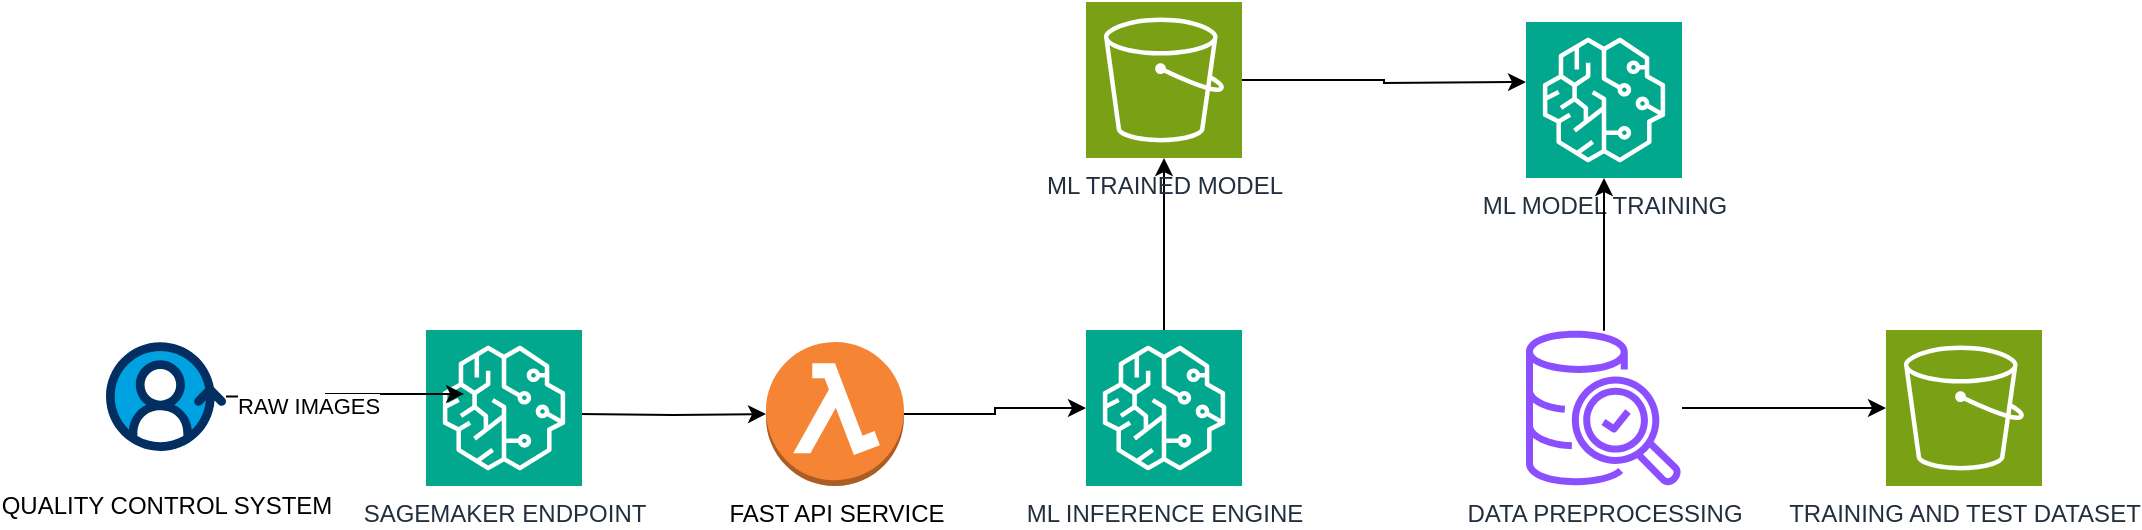
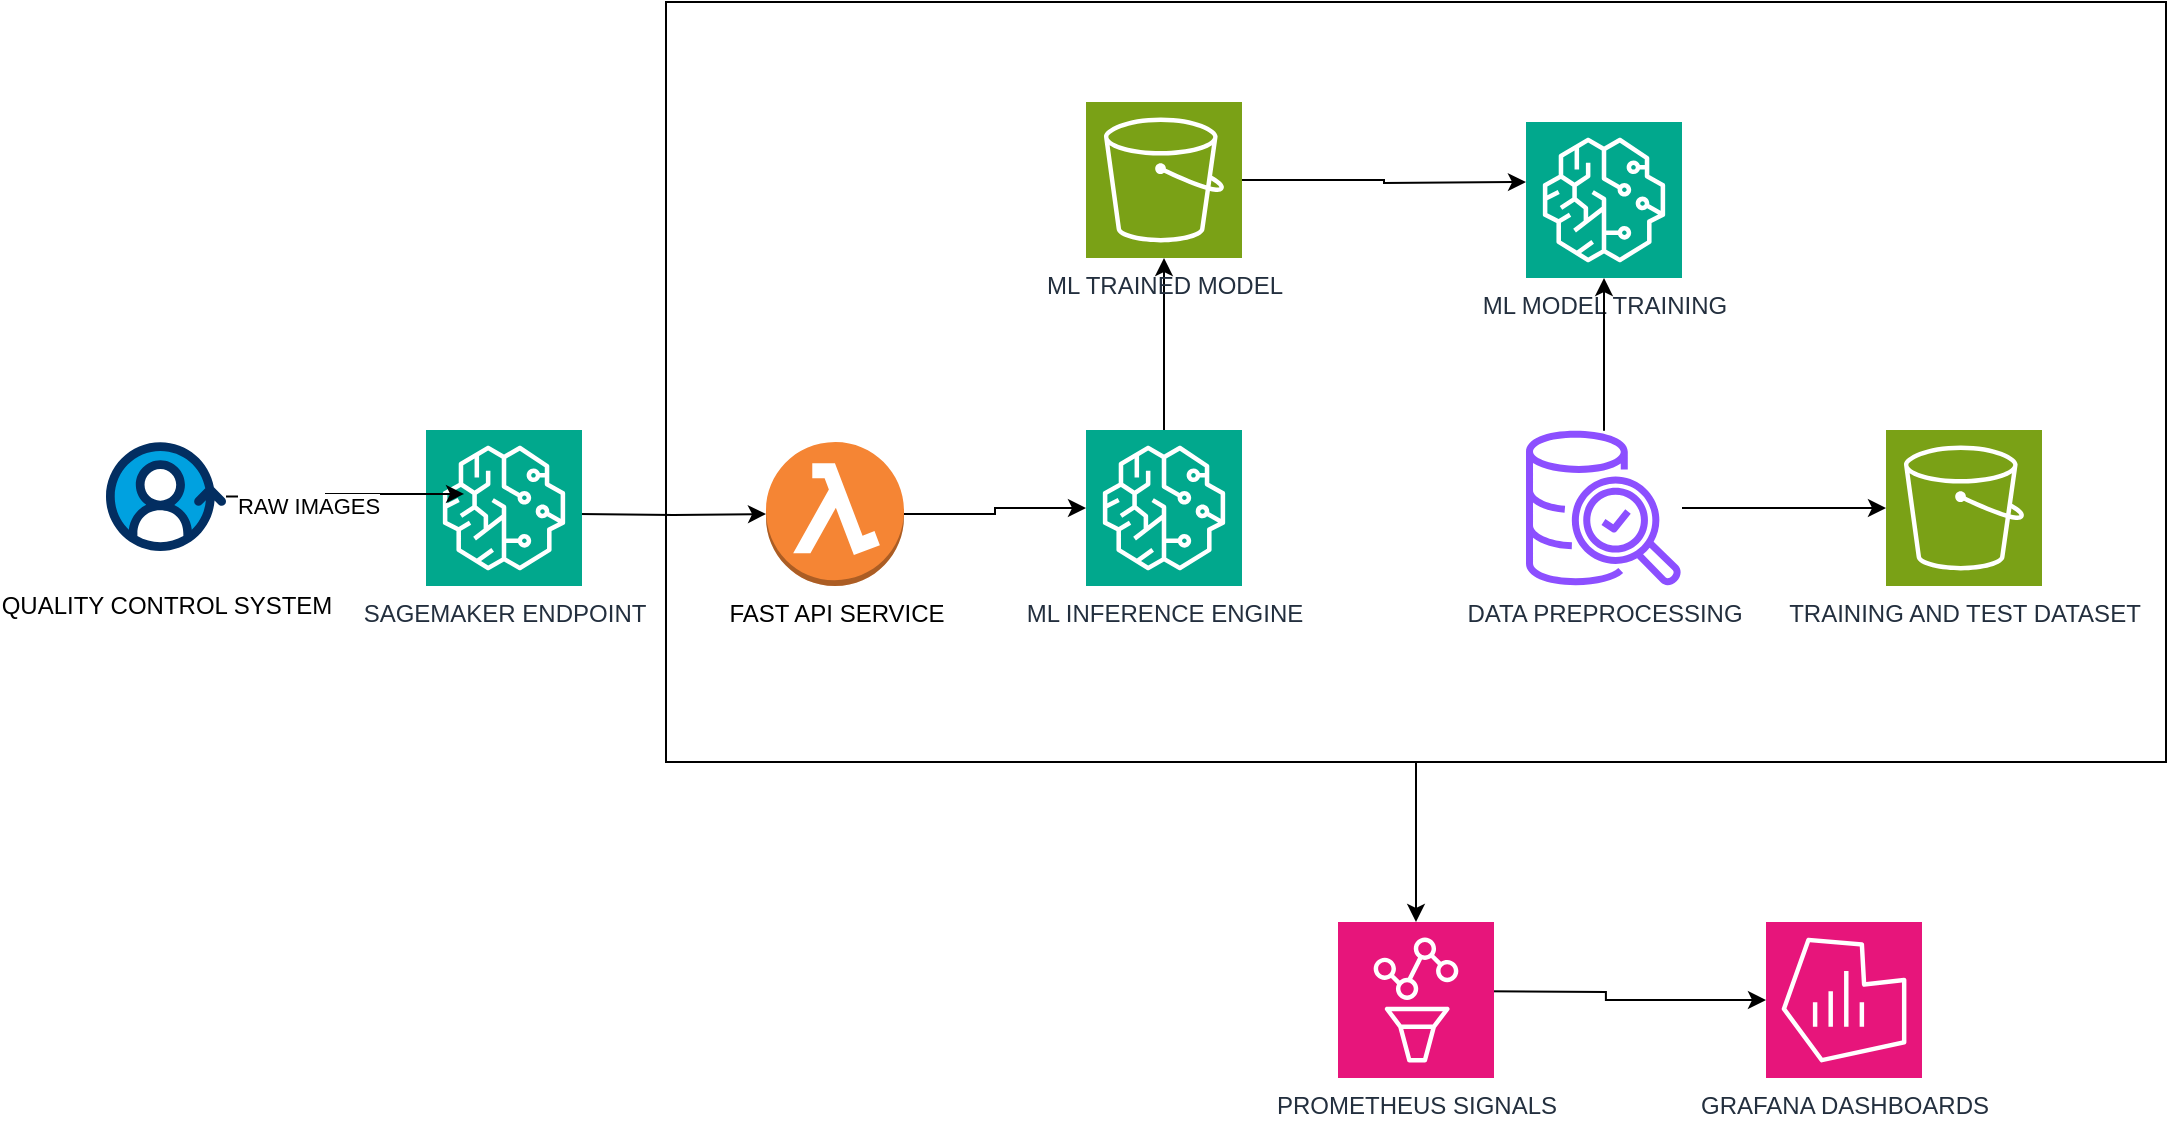
<mxfile host="app.diagrams.net">
  <diagram name="Page-1" id="hEYgBLBoZn8GvoCW3pwb">
    <mxGraphModel dx="2031" dy="761" grid="1" gridSize="10" guides="1" tooltips="1" connect="1" arrows="1" fold="1" page="1" pageScale="1" pageWidth="827" pageHeight="1169" math="0" shadow="0">
      <root>
        <mxCell id="0" />
        <mxCell id="1" parent="0" />
        <mxCell id="qdIRdacZ9aRxpwBwOakk-1" parent="1" style="outlineConnect=0;dashed=0;verticalLabelPosition=bottom;verticalAlign=top;align=center;html=1;shape=mxgraph.aws3.lambda_function;fillColor=#F58534;gradientColor=none;" value="FAST API SERVICE" vertex="1">
          <mxGeometry height="72" width="69" x="380" y="360" as="geometry" />
        </mxCell>
        <mxCell id="Btv_CyVeGUCVNPXlEjLH-2" edge="1" parent="1" style="edgeStyle=orthogonalEdgeStyle;rounded=0;orthogonalLoop=1;jettySize=auto;html=1;" target="qdIRdacZ9aRxpwBwOakk-1">
          <mxGeometry relative="1" as="geometry">
            <mxPoint x="286.5" y="396" as="sourcePoint" />
          </mxGeometry>
        </mxCell>
        <mxCell id="Btv_CyVeGUCVNPXlEjLH-3" parent="1" style="sketch=0;points=[[0,0,0],[0.25,0,0],[0.5,0,0],[0.75,0,0],[1,0,0],[0,1,0],[0.25,1,0],[0.5,1,0],[0.75,1,0],[1,1,0],[0,0.25,0],[0,0.5,0],[0,0.75,0],[1,0.25,0],[1,0.5,0],[1,0.75,0]];outlineConnect=0;fontColor=#232F3E;fillColor=#01A88D;strokeColor=#ffffff;dashed=0;verticalLabelPosition=bottom;verticalAlign=top;align=center;html=1;fontSize=12;fontStyle=0;aspect=fixed;shape=mxgraph.aws4.resourceIcon;resIcon=mxgraph.aws4.sagemaker;" value="SAGEMAKER ENDPOINT" vertex="1">
          <mxGeometry height="78" width="78" x="210" y="354" as="geometry" />
        </mxCell>
        <mxCell id="Btv_CyVeGUCVNPXlEjLH-6" edge="1" parent="1" source="Btv_CyVeGUCVNPXlEjLH-4" style="edgeStyle=orthogonalEdgeStyle;rounded=0;orthogonalLoop=1;jettySize=auto;html=1;" target="Btv_CyVeGUCVNPXlEjLH-5">
          <mxGeometry relative="1" as="geometry" />
        </mxCell>
        <mxCell id="Btv_CyVeGUCVNPXlEjLH-4" parent="1" style="sketch=0;points=[[0,0,0],[0.25,0,0],[0.5,0,0],[0.75,0,0],[1,0,0],[0,1,0],[0.25,1,0],[0.5,1,0],[0.75,1,0],[1,1,0],[0,0.25,0],[0,0.5,0],[0,0.75,0],[1,0.25,0],[1,0.5,0],[1,0.75,0]];outlineConnect=0;fontColor=#232F3E;fillColor=#01A88D;strokeColor=#ffffff;dashed=0;verticalLabelPosition=bottom;verticalAlign=top;align=center;html=1;fontSize=12;fontStyle=0;aspect=fixed;shape=mxgraph.aws4.resourceIcon;resIcon=mxgraph.aws4.sagemaker;" value="ML INFERENCE ENGINE" vertex="1">
          <mxGeometry height="78" width="78" x="540" y="354" as="geometry" />
        </mxCell>
        <mxCell id="Btv_CyVeGUCVNPXlEjLH-5" parent="1" style="sketch=0;points=[[0,0,0],[0.25,0,0],[0.5,0,0],[0.75,0,0],[1,0,0],[0,1,0],[0.25,1,0],[0.5,1,0],[0.75,1,0],[1,1,0],[0,0.25,0],[0,0.5,0],[0,0.75,0],[1,0.25,0],[1,0.5,0],[1,0.75,0]];outlineConnect=0;fontColor=#232F3E;fillColor=#7AA116;strokeColor=#ffffff;dashed=0;verticalLabelPosition=bottom;verticalAlign=top;align=center;html=1;fontSize=12;fontStyle=0;aspect=fixed;shape=mxgraph.aws4.resourceIcon;resIcon=mxgraph.aws4.s3;" value="ML TRAINED MODEL" vertex="1">
          <mxGeometry height="78" width="78" x="540" y="190" as="geometry" />
        </mxCell>
        <mxCell id="Btv_CyVeGUCVNPXlEjLH-7" edge="1" parent="1" source="qdIRdacZ9aRxpwBwOakk-1" style="edgeStyle=orthogonalEdgeStyle;rounded=0;orthogonalLoop=1;jettySize=auto;html=1;entryX=0;entryY=0.5;entryDx=0;entryDy=0;entryPerimeter=0;" target="Btv_CyVeGUCVNPXlEjLH-4">
          <mxGeometry relative="1" as="geometry" />
        </mxCell>
        <mxCell id="Btv_CyVeGUCVNPXlEjLH-8" parent="1" style="sketch=0;points=[[0,0,0],[0.25,0,0],[0.5,0,0],[0.75,0,0],[1,0,0],[0,1,0],[0.25,1,0],[0.5,1,0],[0.75,1,0],[1,1,0],[0,0.25,0],[0,0.5,0],[0,0.75,0],[1,0.25,0],[1,0.5,0],[1,0.75,0]];outlineConnect=0;fontColor=#232F3E;fillColor=#01A88D;strokeColor=#ffffff;dashed=0;verticalLabelPosition=bottom;verticalAlign=top;align=center;html=1;fontSize=12;fontStyle=0;aspect=fixed;shape=mxgraph.aws4.resourceIcon;resIcon=mxgraph.aws4.sagemaker;" value="ML MODEL TRAINING" vertex="1">
          <mxGeometry height="78" width="78" x="760" y="200" as="geometry" />
        </mxCell>
        <mxCell id="Btv_CyVeGUCVNPXlEjLH-9" edge="1" parent="1" source="Btv_CyVeGUCVNPXlEjLH-5" style="edgeStyle=orthogonalEdgeStyle;rounded=0;orthogonalLoop=1;jettySize=auto;html=1;">
          <mxGeometry relative="1" as="geometry">
            <mxPoint x="760" y="230" as="targetPoint" />
          </mxGeometry>
        </mxCell>
        <mxCell id="Btv_CyVeGUCVNPXlEjLH-16" edge="1" parent="1" source="Btv_CyVeGUCVNPXlEjLH-10" style="edgeStyle=orthogonalEdgeStyle;rounded=0;orthogonalLoop=1;jettySize=auto;html=1;" target="Btv_CyVeGUCVNPXlEjLH-15">
          <mxGeometry relative="1" as="geometry" />
        </mxCell>
        <mxCell id="Btv_CyVeGUCVNPXlEjLH-10" parent="1" style="sketch=0;outlineConnect=0;fontColor=#232F3E;gradientColor=none;fillColor=#8C4FFF;strokeColor=none;dashed=0;verticalLabelPosition=bottom;verticalAlign=top;align=center;html=1;fontSize=12;fontStyle=0;aspect=fixed;pointerEvents=1;shape=mxgraph.aws4.aws_glue_data_quality;" value="DATA PREPROCESSING" vertex="1">
          <mxGeometry height="78" width="78" x="760" y="354" as="geometry" />
        </mxCell>
        <mxCell id="Btv_CyVeGUCVNPXlEjLH-11" edge="1" parent="1" source="Btv_CyVeGUCVNPXlEjLH-10" style="edgeStyle=orthogonalEdgeStyle;rounded=0;orthogonalLoop=1;jettySize=auto;html=1;entryX=0.5;entryY=1;entryDx=0;entryDy=0;entryPerimeter=0;" target="Btv_CyVeGUCVNPXlEjLH-8">
          <mxGeometry relative="1" as="geometry" />
        </mxCell>
        <mxCell id="Btv_CyVeGUCVNPXlEjLH-12" parent="1" style="verticalLabelPosition=bottom;aspect=fixed;html=1;shape=mxgraph.salesforce.customer_360;fillColor=none;strokeColor=none;" value="QUALITY CONTROL SYSTEM" vertex="1">
          <mxGeometry height="54.6" width="60" x="50" y="360" as="geometry" />
        </mxCell>
        <mxCell id="Btv_CyVeGUCVNPXlEjLH-13" edge="1" parent="1" source="Btv_CyVeGUCVNPXlEjLH-12" style="edgeStyle=orthogonalEdgeStyle;rounded=0;orthogonalLoop=1;jettySize=auto;html=1;entryX=0.244;entryY=0.41;entryDx=0;entryDy=0;entryPerimeter=0;" target="Btv_CyVeGUCVNPXlEjLH-3">
          <mxGeometry relative="1" as="geometry" />
        </mxCell>
        <mxCell id="Btv_CyVeGUCVNPXlEjLH-14" connectable="0" parent="Btv_CyVeGUCVNPXlEjLH-13" style="edgeLabel;html=1;align=center;verticalAlign=middle;resizable=0;points=[];" value="RAW IMAGES" vertex="1">
          <mxGeometry relative="1" x="-0.3186" y="-4" as="geometry">
            <mxPoint as="offset" />
          </mxGeometry>
        </mxCell>
        <mxCell id="Btv_CyVeGUCVNPXlEjLH-15" parent="1" style="sketch=0;points=[[0,0,0],[0.25,0,0],[0.5,0,0],[0.75,0,0],[1,0,0],[0,1,0],[0.25,1,0],[0.5,1,0],[0.75,1,0],[1,1,0],[0,0.25,0],[0,0.5,0],[0,0.75,0],[1,0.25,0],[1,0.5,0],[1,0.75,0]];outlineConnect=0;fontColor=#232F3E;fillColor=#7AA116;strokeColor=#ffffff;dashed=0;verticalLabelPosition=bottom;verticalAlign=top;align=center;html=1;fontSize=12;fontStyle=0;aspect=fixed;shape=mxgraph.aws4.resourceIcon;resIcon=mxgraph.aws4.s3;" value="TRAINING AND TEST DATASET" vertex="1">
          <mxGeometry height="78" width="78" x="940" y="354" as="geometry" />
        </mxCell>
+         <mxCell id="Btv_CyVeGUCVNPXlEjLH-19" parent="1" style="rounded=0;whiteSpace=wrap;html=1;fillColor=none;" value="" vertex="1">
+           <mxGeometry height="380" width="750" x="330" y="140" as="geometry" />
+         </mxCell>
+         <mxCell id="Btv_CyVeGUCVNPXlEjLH-21" parent="1" style="sketch=0;points=[[0,0,0],[0.25,0,0],[0.5,0,0],[0.75,0,0],[1,0,0],[0,1,0],[0.25,1,0],[0.5,1,0],[0.75,1,0],[1,1,0],[0,0.25,0],[0,0.5,0],[0,0.75,0],[1,0.25,0],[1,0.5,0],[1,0.75,0]];points=[[0,0,0],[0.25,0,0],[0.5,0,0],[0.75,0,0],[1,0,0],[0,1,0],[0.25,1,0],[0.5,1,0],[0.75,1,0],[1,1,0],[0,0.25,0],[0,0.5,0],[0,0.75,0],[1,0.25,0],[1,0.5,0],[1,0.75,0]];outlineConnect=0;fontColor=#232F3E;fillColor=#E7157B;strokeColor=#ffffff;dashed=0;verticalLabelPosition=bottom;verticalAlign=top;align=center;html=1;fontSize=12;fontStyle=0;aspect=fixed;shape=mxgraph.aws4.resourceIcon;resIcon=mxgraph.aws4.managed_service_for_grafana;" value="GRAFANA DASHBOARDS" vertex="1">
+           <mxGeometry height="78" width="78" x="880" y="600" as="geometry" />
+         </mxCell>
+         <mxCell id="Btv_CyVeGUCVNPXlEjLH-24" edge="1" parent="1" style="edgeStyle=orthogonalEdgeStyle;rounded=0;orthogonalLoop=1;jettySize=auto;html=1;" target="Btv_CyVeGUCVNPXlEjLH-21">
+           <mxGeometry relative="1" as="geometry">
+             <mxPoint x="718.9000000000001" y="634.5" as="sourcePoint" />
+           </mxGeometry>
+         </mxCell>
+         <mxCell id="Btv_CyVeGUCVNPXlEjLH-23" edge="1" parent="1" source="Btv_CyVeGUCVNPXlEjLH-19" style="edgeStyle=orthogonalEdgeStyle;rounded=0;orthogonalLoop=1;jettySize=auto;html=1;entryX=0.5;entryY=0;entryDx=0;entryDy=0;entryPerimeter=0;" target="Btv_CyVeGUCVNPXlEjLH-25">
+           <mxGeometry relative="1" as="geometry">
+             <mxPoint x="704.9634999999998" y="621.9804999999999" as="targetPoint" />
+           </mxGeometry>
+         </mxCell>
+         <mxCell id="Btv_CyVeGUCVNPXlEjLH-25" parent="1" style="sketch=0;points=[[0,0,0],[0.25,0,0],[0.5,0,0],[0.75,0,0],[1,0,0],[0,1,0],[0.25,1,0],[0.5,1,0],[0.75,1,0],[1,1,0],[0,0.25,0],[0,0.5,0],[0,0.75,0],[1,0.25,0],[1,0.5,0],[1,0.75,0]];points=[[0,0,0],[0.25,0,0],[0.5,0,0],[0.75,0,0],[1,0,0],[0,1,0],[0.25,1,0],[0.5,1,0],[0.75,1,0],[1,1,0],[0,0.25,0],[0,0.5,0],[0,0.75,0],[1,0.25,0],[1,0.5,0],[1,0.75,0]];outlineConnect=0;fontColor=#232F3E;fillColor=#E7157B;strokeColor=#ffffff;dashed=0;verticalLabelPosition=bottom;verticalAlign=top;align=center;html=1;fontSize=12;fontStyle=0;aspect=fixed;shape=mxgraph.aws4.resourceIcon;resIcon=mxgraph.aws4.managed_service_for_prometheus;" value="PROMETHEUS SIGNALS" vertex="1">
+           <mxGeometry height="78" width="78" x="666" y="600" as="geometry" />
+         </mxCell>
      </root>
    </mxGraphModel>
  </diagram>
</mxfile>
